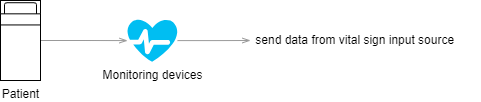
This is images/actor-patient.drawio.png from formalizator/Ctrl-Arch-Elite, a draw.io export, as it was before one commit. Source tidied: cells renumbered, new cells last; positions are measured from the earlier drawing's top-left corner, leaving out a move shared by most shapes. The source it was exported from:
```xml
<mxGraphModel>
  <root>
    <mxCell id="0" />
    <mxCell id="1" parent="0" />
    <mxCell id="2" style="edgeStyle=orthogonalEdgeStyle;rounded=0;jettySize=auto;html=1;strokeColor=#999999;endArrow=openThin;endFill=0;" parent="1" edge="1" source="3" target="6">
      <mxGeometry relative="1" as="geometry" />
    </mxCell>
    <mxCell id="3" value="Patient" style="verticalLabelPosition=bottom;html=1;verticalAlign=top;align=center;shape=mxgraph.floorplan.bed_single;" parent="1" vertex="1">
      <mxGeometry width="40" height="80" as="geometry" />
    </mxCell>
    <mxCell id="4" value="&amp;nbsp;send data from&amp;nbsp;vital sign input source" style="text;html=1;align=left;verticalAlign=middle;points=[];strokeColor=none;fillColor=none;" parent="1" vertex="1">
      <mxGeometry x="250" y="25" width="230" height="30" as="geometry" />
    </mxCell>
    <mxCell id="5" style="edgeStyle=orthogonalEdgeStyle;rounded=0;jettySize=auto;html=1;strokeColor=#999999;endArrow=openThin;endFill=0;" parent="1" edge="1" source="6" target="4">
      <mxGeometry relative="1" as="geometry" />
    </mxCell>
    <mxCell id="6" value="Monitoring devices" style="verticalLabelPosition=bottom;html=1;verticalAlign=top;align=center;strokeColor=none;fillColor=#00BEF2;shape=mxgraph.azure.health_monitoring;" parent="1" vertex="1">
      <mxGeometry x="127" y="18.8" width="50" height="42.5" as="geometry" />
    </mxCell>
  </root>
</mxGraphModel>
```
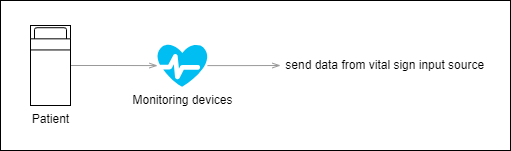
Later version of the same file.

The edit, as a diff of the source:
```diff
@@ -2,6 +2,9 @@
   <root>
     <mxCell id="0" />
     <mxCell id="1" parent="0" />
+    <mxCell id="7" style="rounded=0;whiteSpace=wrap;html=1;" parent="1" vertex="1">
+      <mxGeometry x="-30" y="-25" width="510" height="150" as="geometry" />
+    </mxCell>
     <mxCell id="2" style="edgeStyle=orthogonalEdgeStyle;rounded=0;jettySize=auto;html=1;strokeColor=#999999;endArrow=openThin;endFill=0;" parent="1" edge="1" source="3" target="6">
       <mxGeometry relative="1" as="geometry" />
     </mxCell>
```
